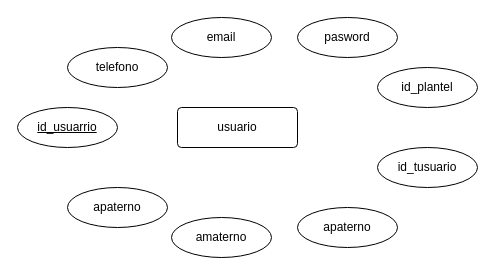
The draw.io diagram page "enntidad relacion" (1 of 2) of Diagrama sin título.drawio in mhsvictor/bd405, before the edit. Source tidied: cells renumbered, new cells numbered last; positions are measured from the earlier drawing's top-left corner, leaving out a move shared by most shapes. Both pictures are drawn from the tidied source at 100%, with x=0, y=0 at pixel (17, 17).
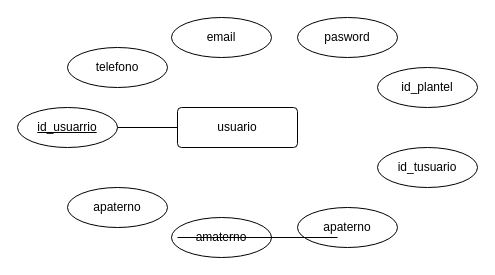
After the change.

Diff of the diagram source:
```diff
@@
 <mxGraphModel>
   <root>
     <mxCell id="0" />
     <mxCell id="1" parent="0" />
     <mxCell id="2" value="usuario" style="rounded=1;arcSize=10;whiteSpace=wrap;html=1;align=center;" parent="1" vertex="1">
       <mxGeometry x="160" y="90" width="120" height="40" as="geometry" />
     </mxCell>
     <mxCell id="3" value="id_usuarrio" style="ellipse;whiteSpace=wrap;html=1;align=center;fontStyle=4;" parent="1" vertex="1">
       <mxGeometry y="90" width="100" height="40" as="geometry" />
     </mxCell>
     <mxCell id="4" value="telefono" style="ellipse;whiteSpace=wrap;html=1;align=center;" parent="1" vertex="1">
       <mxGeometry x="50" y="30" width="100" height="40" as="geometry" />
     </mxCell>
     <mxCell id="5" value="email" style="ellipse;whiteSpace=wrap;html=1;align=center;" parent="1" vertex="1">
       <mxGeometry x="154" width="100" height="40" as="geometry" />
     </mxCell>
     <mxCell id="6" value="pasword" style="ellipse;whiteSpace=wrap;html=1;align=center;" parent="1" vertex="1">
       <mxGeometry x="280" width="100" height="40" as="geometry" />
     </mxCell>
     <mxCell id="7" value="id_plantel" style="ellipse;whiteSpace=wrap;html=1;align=center;" parent="1" vertex="1">
       <mxGeometry x="360" y="50" width="100" height="40" as="geometry" />
     </mxCell>
     <mxCell id="8" value="id_tusuario" style="ellipse;whiteSpace=wrap;html=1;align=center;" parent="1" vertex="1">
       <mxGeometry x="360" y="130" width="100" height="40" as="geometry" />
     </mxCell>
     <mxCell id="9" value="apaterno" style="ellipse;whiteSpace=wrap;html=1;align=center;" parent="1" vertex="1">
       <mxGeometry x="280" y="190" width="100" height="40" as="geometry" />
     </mxCell>
     <mxCell id="10" value="apaterno" style="ellipse;whiteSpace=wrap;html=1;align=center;" parent="1" vertex="1">
       <mxGeometry x="50" y="170" width="100" height="40" as="geometry" />
     </mxCell>
     <mxCell id="11" value="amaterno" style="ellipse;whiteSpace=wrap;html=1;align=center;" parent="1" vertex="1">
       <mxGeometry x="154" y="200" width="100" height="40" as="geometry" />
     </mxCell>
+    <mxCell id="12" style="line;strokeWidth=1;dashed=0;labelPosition=right;align=left;verticalAlign=middle;spacingTop=0;spacingLeft=6;" parent="1" vertex="1">
+      <mxGeometry x="100" y="105" width="60" height="10" as="geometry" />
+    </mxCell>
+    <mxCell id="13" style="endArrow=none;html=1;rounded=0;" parent="1" edge="1">
+      <mxGeometry relative="1" as="geometry">
+        <mxPoint x="160" y="220" as="sourcePoint" />
+        <mxPoint x="320" y="220" as="targetPoint" />
+      </mxGeometry>
+    </mxCell>
   </root>
 </mxGraphModel>
```
